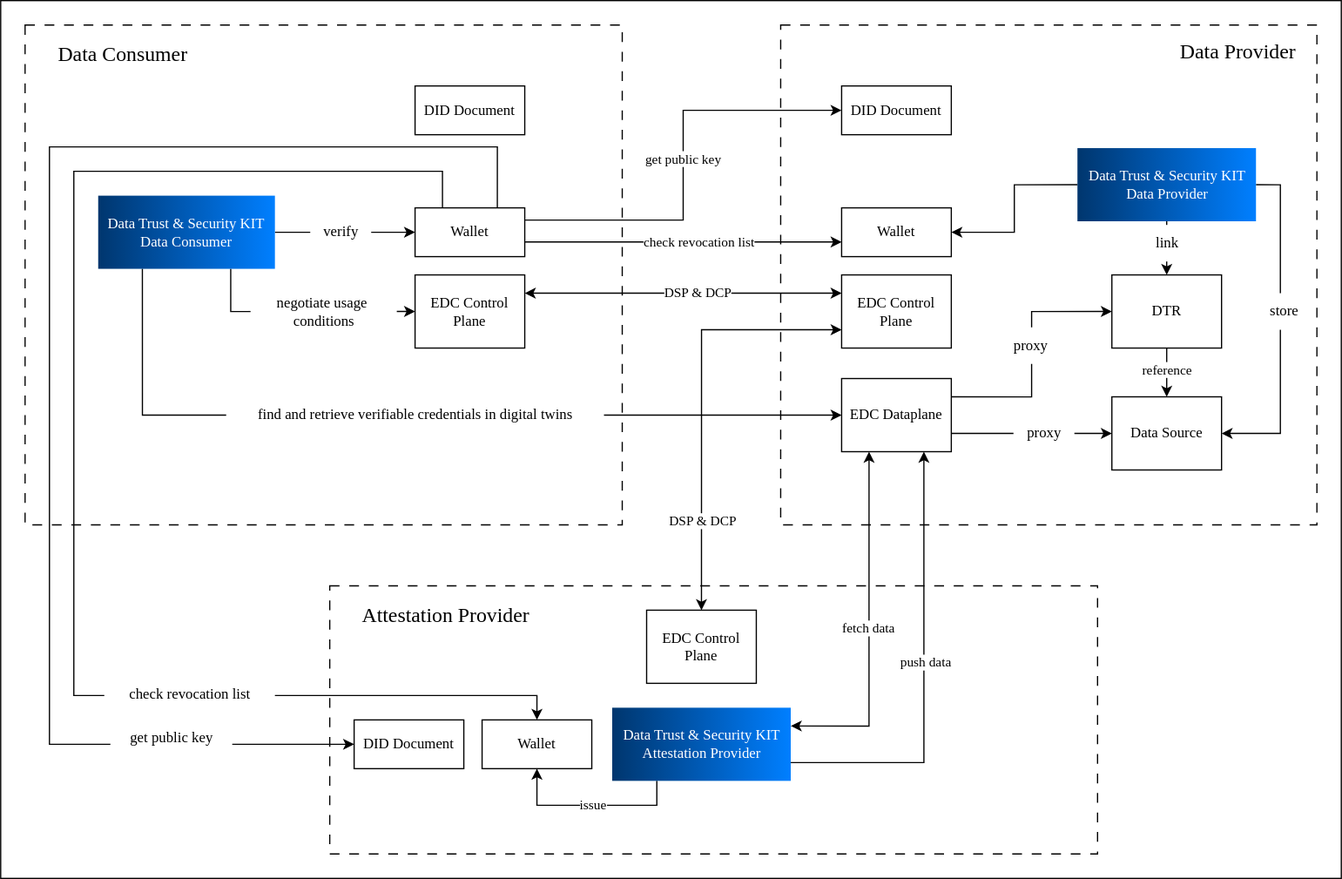
Above: docs-kits/kits/data-trust-and-security-kit/resources/DataTrust&SecurityKit-Architecture.drawio.svg in eclipse-tractusx/eclipse-tractusx.github.io (draw.io), before the change. Source tidied: cells renumbered, new cells last; positions are measured from the earlier drawing's top-left corner, leaving out a move shared by most shapes. Its diagram source:
```xml
<mxGraphModel>
  <root>
    <mxCell id="0" />
    <mxCell id="1" parent="0" />
    <mxCell id="2" style="rounded=0;whiteSpace=wrap;html=1;fontFamily=Manrope;" parent="1" vertex="1">
      <mxGeometry width="1100" height="720" as="geometry" />
    </mxCell>
    <mxCell id="3" style="rounded=0;whiteSpace=wrap;html=1;dashed=1;dashPattern=8 8;fontFamily=Manrope;" parent="1" vertex="1">
      <mxGeometry x="270" y="480" width="630" height="220" as="geometry" />
    </mxCell>
    <mxCell id="4" style="rounded=0;whiteSpace=wrap;html=1;dashed=1;dashPattern=8 8;fontFamily=Manrope;" parent="1" vertex="1">
      <mxGeometry x="640" y="20" width="440" height="410" as="geometry" />
    </mxCell>
    <mxCell id="5" style="rounded=0;whiteSpace=wrap;html=1;dashed=1;dashPattern=8 8;fontFamily=Manrope;" parent="1" vertex="1">
      <mxGeometry x="20" y="20" width="490" height="410" as="geometry" />
    </mxCell>
    <mxCell id="6" style="edgeStyle=orthogonalEdgeStyle;rounded=0;jettySize=auto;html=1;exitX=1;exitY=0.25;exitDx=0;exitDy=0;entryX=0;entryY=0.25;entryDx=0;entryDy=0;startArrow=classic;startFill=1;fontFamily=Manrope;" parent="1" edge="1" source="8" target="17">
      <mxGeometry relative="1" as="geometry" />
    </mxCell>
    <mxCell id="7" value="DSP &amp;amp; DCP" style="edgeLabel;html=1;align=center;verticalAlign=middle;fontFamily=Manrope;" parent="6" vertex="1">
      <mxGeometry x="0.09" y="-2" relative="1" as="geometry">
        <mxPoint y="-2" as="offset" />
      </mxGeometry>
    </mxCell>
    <mxCell id="8" value="EDC Control Plane" style="rounded=0;whiteSpace=wrap;html=1;fontFamily=Manrope;" parent="1" vertex="1">
      <mxGeometry x="340" y="225" width="90" height="60" as="geometry" />
    </mxCell>
    <mxCell id="9" value="DID Document" style="rounded=0;whiteSpace=wrap;html=1;fontFamily=Manrope;" parent="1" vertex="1">
      <mxGeometry x="340" y="70" width="90" height="40" as="geometry" />
    </mxCell>
    <mxCell id="10" style="edgeStyle=orthogonalEdgeStyle;rounded=0;jettySize=auto;html=1;exitX=1;exitY=0.25;exitDx=0;exitDy=0;entryX=0;entryY=0.5;entryDx=0;entryDy=0;fontFamily=Manrope;" parent="1" edge="1" source="16" target="18">
      <mxGeometry relative="1" as="geometry" />
    </mxCell>
    <mxCell id="11" value="get public key" style="edgeLabel;html=1;align=center;verticalAlign=middle;fontFamily=Manrope;" parent="10" vertex="1">
      <mxGeometry x="0.05" relative="1" as="geometry">
        <mxPoint y="3" as="offset" />
      </mxGeometry>
    </mxCell>
    <mxCell id="12" style="edgeStyle=orthogonalEdgeStyle;rounded=0;jettySize=auto;html=1;exitX=0.75;exitY=0;exitDx=0;exitDy=0;entryX=0;entryY=0.5;entryDx=0;entryDy=0;fontFamily=Manrope;" parent="1" edge="1" source="16" target="55">
      <mxGeometry relative="1" as="geometry">
        <Array as="points">
          <mxPoint x="408" y="120" />
          <mxPoint x="40" y="120" />
          <mxPoint x="40" y="610" />
        </Array>
      </mxGeometry>
    </mxCell>
    <mxCell id="13" style="edgeStyle=orthogonalEdgeStyle;rounded=0;jettySize=auto;html=1;exitX=0.25;exitY=0;exitDx=0;exitDy=0;fontFamily=Manrope;" parent="1" edge="1" source="16" target="54">
      <mxGeometry relative="1" as="geometry">
        <Array as="points">
          <mxPoint x="363" y="140" />
          <mxPoint x="60" y="140" />
          <mxPoint x="60" y="570" />
          <mxPoint x="440" y="570" />
        </Array>
      </mxGeometry>
    </mxCell>
    <mxCell id="14" style="edgeStyle=orthogonalEdgeStyle;rounded=0;orthogonalLoop=1;jettySize=auto;html=1;exitX=1;exitY=0.5;exitDx=0;exitDy=0;fontFamily=Manrope;" parent="1" edge="1">
      <mxGeometry relative="1" as="geometry">
        <mxPoint x="430" y="198" as="sourcePoint" />
        <mxPoint x="690" y="198" as="targetPoint" />
      </mxGeometry>
    </mxCell>
    <mxCell id="15" value="check revocation list" style="edgeLabel;html=1;align=center;verticalAlign=middle;fontFamily=Manrope;" parent="14" vertex="1">
      <mxGeometry x="-0.07" relative="1" as="geometry">
        <mxPoint x="22" as="offset" />
      </mxGeometry>
    </mxCell>
    <mxCell id="16" value="Wallet" style="rounded=0;whiteSpace=wrap;html=1;fontFamily=Manrope;" parent="1" vertex="1">
      <mxGeometry x="340" y="170" width="90" height="40" as="geometry" />
    </mxCell>
    <mxCell id="17" value="EDC Control Plane" style="rounded=0;whiteSpace=wrap;html=1;fontFamily=Manrope;" parent="1" vertex="1">
      <mxGeometry x="690" y="225" width="90" height="60" as="geometry" />
    </mxCell>
    <mxCell id="18" value="DID Document" style="rounded=0;whiteSpace=wrap;html=1;fontFamily=Manrope;" parent="1" vertex="1">
      <mxGeometry x="690" y="70" width="90" height="40" as="geometry" />
    </mxCell>
    <mxCell id="19" value="Wallet" style="rounded=0;whiteSpace=wrap;html=1;fontFamily=Manrope;" parent="1" vertex="1">
      <mxGeometry x="690" y="170" width="90" height="40" as="geometry" />
    </mxCell>
    <mxCell id="20" style="edgeStyle=orthogonalEdgeStyle;rounded=0;jettySize=auto;html=1;exitX=0.5;exitY=1;exitDx=0;exitDy=0;entryX=0.5;entryY=0;entryDx=0;entryDy=0;fontFamily=Manrope;" parent="1" edge="1" source="22" target="23">
      <mxGeometry relative="1" as="geometry" />
    </mxCell>
    <mxCell id="21" value="reference" style="edgeLabel;html=1;align=center;verticalAlign=middle;fontFamily=Manrope;" parent="20" vertex="1">
      <mxGeometry x="-0.1" relative="1" as="geometry">
        <mxPoint y="-1" as="offset" />
      </mxGeometry>
    </mxCell>
    <mxCell id="22" value="DTR" style="rounded=0;whiteSpace=wrap;html=1;fontFamily=Manrope;" parent="1" vertex="1">
      <mxGeometry x="911.8" y="225" width="90" height="60" as="geometry" />
    </mxCell>
    <mxCell id="23" value="Data Source" style="rounded=0;whiteSpace=wrap;html=1;fontFamily=Manrope;" parent="1" vertex="1">
      <mxGeometry x="911.8" y="325" width="90" height="60" as="geometry" />
    </mxCell>
    <mxCell id="24" style="edgeStyle=orthogonalEdgeStyle;rounded=0;jettySize=auto;html=1;exitX=0;exitY=0.5;exitDx=0;exitDy=0;entryX=1;entryY=0.5;entryDx=0;entryDy=0;fontFamily=Manrope;" parent="1" edge="1" source="27" target="19">
      <mxGeometry relative="1" as="geometry" />
    </mxCell>
    <mxCell id="25" style="edgeStyle=orthogonalEdgeStyle;rounded=0;jettySize=auto;html=1;exitX=0.5;exitY=1;exitDx=0;exitDy=0;entryX=0.5;entryY=0;entryDx=0;entryDy=0;fontFamily=Manrope;" parent="1" edge="1" source="27" target="22">
      <mxGeometry relative="1" as="geometry" />
    </mxCell>
    <mxCell id="26" style="edgeStyle=orthogonalEdgeStyle;rounded=0;jettySize=auto;html=1;exitX=1;exitY=0.5;exitDx=0;exitDy=0;entryX=1;entryY=0.5;entryDx=0;entryDy=0;fontFamily=Manrope;" parent="1" edge="1" source="27" target="23">
      <mxGeometry relative="1" as="geometry">
        <Array as="points">
          <mxPoint x="1050" y="151" />
          <mxPoint x="1050" y="355" />
        </Array>
      </mxGeometry>
    </mxCell>
    <mxCell id="27" value="&lt;font style=&quot;color: rgb(255, 255, 255);&quot;&gt;Data Trust &amp;amp; Security KIT&lt;/font&gt;&lt;div&gt;&lt;font style=&quot;color: rgb(255, 255, 255);&quot;&gt;Data Provider&lt;/font&gt;&lt;/div&gt;" style="rounded=0;whiteSpace=wrap;html=1;gradientColor=#00366E;fillColor=#007FFF;gradientDirection=west;fontFamily=Manrope;strokeColor=none;" parent="1" vertex="1">
      <mxGeometry x="883.5" y="121" width="146.5" height="60" as="geometry" />
    </mxCell>
    <mxCell id="28" value="link" style="text;html=1;align=center;verticalAlign=middle;strokeColor=none;fillColor=default;fontFamily=Manrope;" parent="1" vertex="1">
      <mxGeometry x="936.8" y="184" width="40" height="30" as="geometry" />
    </mxCell>
    <mxCell id="29" value="store" style="text;html=1;align=center;verticalAlign=middle;strokeColor=none;fillColor=default;fontFamily=Manrope;" parent="1" vertex="1">
      <mxGeometry x="1028" y="240" width="50" height="30" as="geometry" />
    </mxCell>
    <mxCell id="30" style="edgeStyle=orthogonalEdgeStyle;rounded=0;jettySize=auto;html=1;exitX=0.75;exitY=1;exitDx=0;exitDy=0;entryX=0;entryY=0.5;entryDx=0;entryDy=0;fontFamily=Manrope;" parent="1" edge="1" source="33" target="8">
      <mxGeometry relative="1" as="geometry" />
    </mxCell>
    <mxCell id="31" style="edgeStyle=orthogonalEdgeStyle;rounded=0;jettySize=auto;html=1;entryX=0;entryY=0.5;entryDx=0;entryDy=0;fontFamily=Manrope;" parent="1" edge="1" source="33" target="16">
      <mxGeometry relative="1" as="geometry" />
    </mxCell>
    <mxCell id="32" style="edgeStyle=orthogonalEdgeStyle;rounded=0;jettySize=auto;html=1;exitX=0.25;exitY=1;exitDx=0;exitDy=0;entryX=0;entryY=0.5;entryDx=0;entryDy=0;fontFamily=Manrope;" parent="1" edge="1" source="33" target="38">
      <mxGeometry relative="1" as="geometry" />
    </mxCell>
    <mxCell id="33" value="&lt;font style=&quot;color: rgb(255, 255, 255);&quot;&gt;Data Trust &amp;amp; Security KIT&lt;/font&gt;&lt;div&gt;&lt;font style=&quot;color: rgb(255, 255, 255);&quot;&gt;Data Consumer&lt;/font&gt;&lt;/div&gt;" style="rounded=0;whiteSpace=wrap;html=1;gradientColor=#00366E;fillColor=#007FFF;gradientDirection=west;fontFamily=Manrope;strokeColor=none;" parent="1" vertex="1">
      <mxGeometry x="80" y="160" width="145" height="60" as="geometry" />
    </mxCell>
    <mxCell id="34" value="verify" style="text;html=1;align=center;verticalAlign=middle;strokeColor=none;fillColor=default;fontFamily=Manrope;" parent="1" vertex="1">
      <mxGeometry x="254" y="175" width="50" height="30" as="geometry" />
    </mxCell>
    <mxCell id="35" value="find and retrieve verifiable credentials in digital twins" style="text;html=1;align=center;verticalAlign=middle;strokeColor=none;fillColor=default;fontFamily=Manrope;" parent="1" vertex="1">
      <mxGeometry x="185" y="325" width="310" height="30" as="geometry" />
    </mxCell>
    <mxCell id="36" style="edgeStyle=orthogonalEdgeStyle;rounded=0;jettySize=auto;html=1;exitX=1;exitY=0.75;exitDx=0;exitDy=0;fontFamily=Manrope;" parent="1" edge="1" source="38" target="23">
      <mxGeometry relative="1" as="geometry" />
    </mxCell>
    <mxCell id="37" style="edgeStyle=orthogonalEdgeStyle;rounded=0;jettySize=auto;html=1;exitX=1;exitY=0.25;exitDx=0;exitDy=0;entryX=0;entryY=0.5;entryDx=0;entryDy=0;fontFamily=Manrope;" parent="1" edge="1" source="38" target="22">
      <mxGeometry relative="1" as="geometry" />
    </mxCell>
    <mxCell id="38" value="EDC Dataplane" style="rounded=0;whiteSpace=wrap;html=1;fontFamily=Manrope;" parent="1" vertex="1">
      <mxGeometry x="690" y="310" width="90" height="60" as="geometry" />
    </mxCell>
    <mxCell id="39" value="proxy" style="text;html=1;align=center;verticalAlign=middle;strokeColor=none;fillColor=default;fontFamily=Manrope;" parent="1" vertex="1">
      <mxGeometry x="820" y="268" width="50" height="30" as="geometry" />
    </mxCell>
    <mxCell id="40" value="proxy" style="text;html=1;align=center;verticalAlign=middle;strokeColor=none;fillColor=default;fontFamily=Manrope;" parent="1" vertex="1">
      <mxGeometry x="831" y="340" width="50" height="30" as="geometry" />
    </mxCell>
    <mxCell id="41" value="negotiate usage&amp;nbsp;&lt;div&gt;conditions&lt;/div&gt;" style="text;html=1;align=center;verticalAlign=middle;strokeColor=none;fillColor=default;fontFamily=Manrope;" parent="1" vertex="1">
      <mxGeometry x="205" y="235" width="120" height="40" as="geometry" />
    </mxCell>
    <mxCell id="42" value="&lt;font style=&quot;font-size: 17px;&quot;&gt;Data Provider&lt;/font&gt;" style="text;html=1;align=center;verticalAlign=middle;strokeColor=none;fillColor=none;fontFamily=Manrope;" parent="1" vertex="1">
      <mxGeometry x="950" y="28" width="130" height="30" as="geometry" />
    </mxCell>
    <mxCell id="43" value="&lt;font style=&quot;font-size: 17px;&quot;&gt;Data Consumer&lt;/font&gt;" style="text;html=1;align=center;verticalAlign=middle;strokeColor=none;fillColor=none;fontFamily=Manrope;" parent="1" vertex="1">
      <mxGeometry x="25" y="30" width="150" height="30" as="geometry" />
    </mxCell>
    <mxCell id="44" value="&lt;font style=&quot;font-size: 17px;&quot;&gt;Attestation Provider&lt;/font&gt;" style="text;html=1;align=center;verticalAlign=middle;strokeColor=none;fillColor=none;fontFamily=Manrope;" parent="1" vertex="1">
      <mxGeometry x="275" y="490" width="180" height="30" as="geometry" />
    </mxCell>
    <mxCell id="45" value="fetch data" style="edgeStyle=orthogonalEdgeStyle;rounded=0;jettySize=auto;html=1;exitX=1;exitY=0.25;exitDx=0;exitDy=0;entryX=0.25;entryY=1;entryDx=0;entryDy=0;startArrow=classic;startFill=1;fontFamily=Manrope;" parent="1" edge="1" source="50" target="38">
      <mxGeometry relative="1" as="geometry" />
    </mxCell>
    <mxCell id="46" style="edgeStyle=orthogonalEdgeStyle;rounded=0;jettySize=auto;html=1;exitX=0.25;exitY=1;exitDx=0;exitDy=0;entryX=0.5;entryY=1;entryDx=0;entryDy=0;fontFamily=Manrope;" parent="1" edge="1" source="50" target="54">
      <mxGeometry relative="1" as="geometry" />
    </mxCell>
    <mxCell id="47" value="issue" style="edgeLabel;html=1;align=center;verticalAlign=middle;fontFamily=Manrope;" parent="46" vertex="1">
      <mxGeometry x="0.09" relative="1" as="geometry">
        <mxPoint x="8" as="offset" />
      </mxGeometry>
    </mxCell>
    <mxCell id="48" style="edgeStyle=orthogonalEdgeStyle;rounded=0;jettySize=auto;html=1;exitX=1;exitY=0.75;exitDx=0;exitDy=0;entryX=0.75;entryY=1;entryDx=0;entryDy=0;fontFamily=Manrope;" parent="1" edge="1" source="50" target="38">
      <mxGeometry relative="1" as="geometry" />
    </mxCell>
    <mxCell id="49" value="push data" style="edgeLabel;html=1;align=center;verticalAlign=middle;fontFamily=Manrope;" parent="48" vertex="1">
      <mxGeometry x="0.05" relative="1" as="geometry">
        <mxPoint x="1" as="offset" />
      </mxGeometry>
    </mxCell>
    <mxCell id="50" value="&lt;font style=&quot;color: rgb(255, 255, 255);&quot;&gt;Data Trust &amp;amp; Security KIT&lt;/font&gt;&lt;div&gt;&lt;font style=&quot;color: rgb(255, 255, 255);&quot;&gt;Attestation Provider&lt;/font&gt;&lt;/div&gt;" style="rounded=0;whiteSpace=wrap;html=1;gradientColor=#00366E;fillColor=#007FFF;gradientDirection=west;fontFamily=Manrope;strokeColor=none;" parent="1" vertex="1">
      <mxGeometry x="501.8" y="580" width="146.5" height="60" as="geometry" />
    </mxCell>
    <mxCell id="51" style="edgeStyle=orthogonalEdgeStyle;rounded=0;jettySize=auto;html=1;entryX=0;entryY=0.75;entryDx=0;entryDy=0;exitX=0.5;exitY=0;exitDx=0;exitDy=0;startArrow=classic;startFill=1;fontFamily=Manrope;" parent="1" edge="1" source="53" target="17">
      <mxGeometry relative="1" as="geometry" />
    </mxCell>
    <mxCell id="52" value="DSP &amp;amp; DCP" style="edgeLabel;html=1;align=center;verticalAlign=middle;fontFamily=Manrope;" parent="51" vertex="1">
      <mxGeometry x="-0.58" y="-1" relative="1" as="geometry" />
    </mxCell>
    <mxCell id="53" value="EDC Control Plane" style="rounded=0;whiteSpace=wrap;html=1;fontFamily=Manrope;" parent="1" vertex="1">
      <mxGeometry x="530" y="500" width="90" height="60" as="geometry" />
    </mxCell>
    <mxCell id="54" value="Wallet" style="rounded=0;whiteSpace=wrap;html=1;fontFamily=Manrope;" parent="1" vertex="1">
      <mxGeometry x="395" y="590" width="90" height="40" as="geometry" />
    </mxCell>
    <mxCell id="55" value="DID Document" style="rounded=0;whiteSpace=wrap;html=1;fontFamily=Manrope;" parent="1" vertex="1">
      <mxGeometry x="290" y="590" width="90" height="40" as="geometry" />
    </mxCell>
    <mxCell id="56" value="get public key" style="text;html=1;align=center;verticalAlign=middle;strokeColor=none;fillColor=default;fontFamily=Manrope;" parent="1" vertex="1">
      <mxGeometry x="90" y="590" width="100" height="30" as="geometry" />
    </mxCell>
    <mxCell id="57" value="check revocation list" style="text;html=1;align=center;verticalAlign=middle;strokeColor=none;fillColor=default;fontFamily=Manrope;" parent="1" vertex="1">
      <mxGeometry x="85" y="554" width="140" height="30" as="geometry" />
    </mxCell>
  </root>
</mxGraphModel>
```
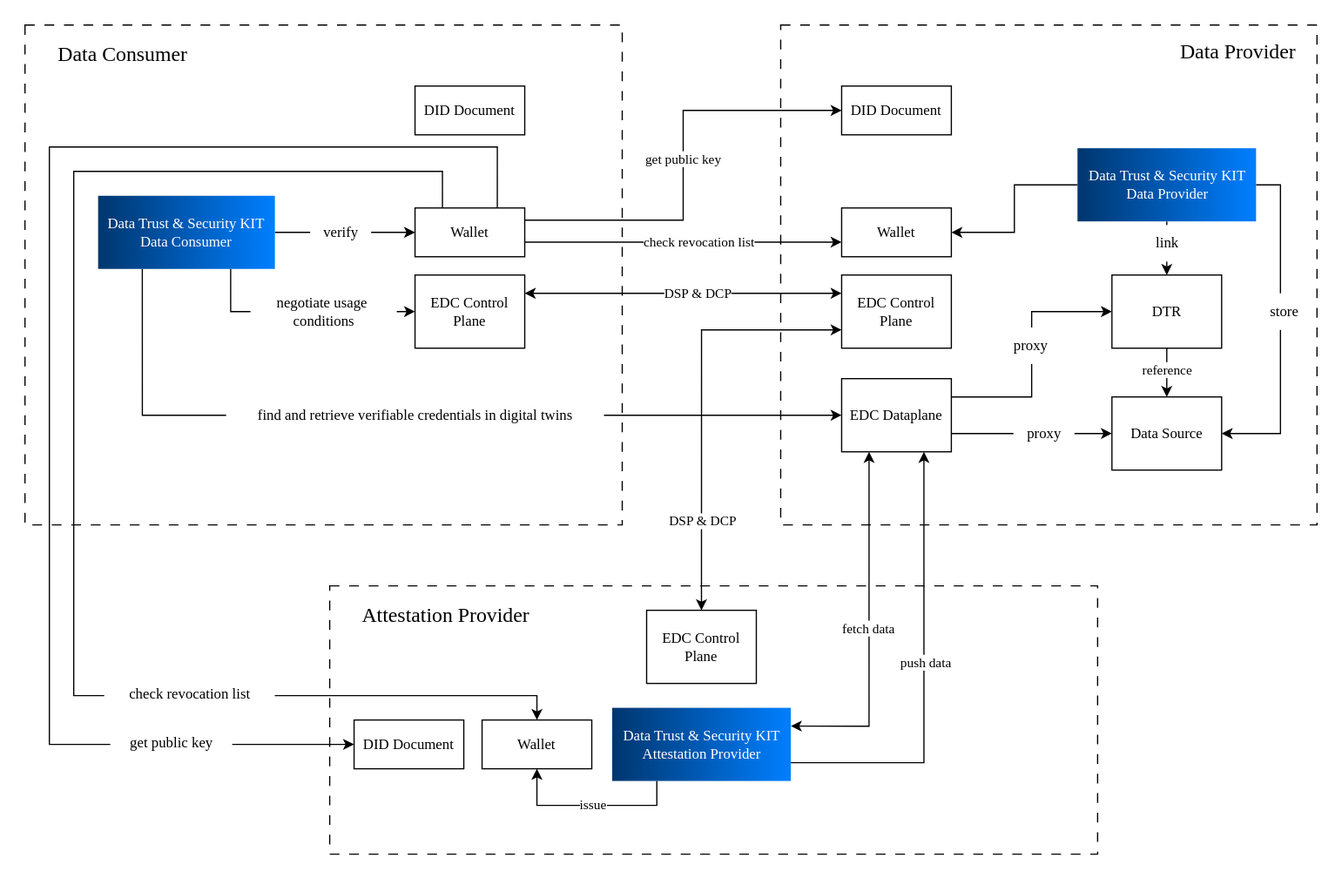
After the change.

Commit message:
chore: added architecture diagram

Change to the diagram source:
```diff
@@ -2,7 +2,7 @@
   <root>
     <mxCell id="0" />
     <mxCell id="1" parent="0" />
-    <mxCell id="2" style="rounded=0;whiteSpace=wrap;html=1;fontFamily=Manrope;" parent="1" vertex="1">
+    <mxCell id="2" style="rounded=0;whiteSpace=wrap;html=1;fontFamily=Manrope;strokeColor=none;" parent="1" vertex="1">
       <mxGeometry width="1100" height="720" as="geometry" />
     </mxCell>
     <mxCell id="3" style="rounded=0;whiteSpace=wrap;html=1;dashed=1;dashPattern=8 8;fontFamily=Manrope;" parent="1" vertex="1">
@@ -198,7 +198,7 @@
       <mxGeometry x="290" y="590" width="90" height="40" as="geometry" />
     </mxCell>
     <mxCell id="56" value="get public key" style="text;html=1;align=center;verticalAlign=middle;strokeColor=none;fillColor=default;fontFamily=Manrope;" parent="1" vertex="1">
-      <mxGeometry x="90" y="590" width="100" height="30" as="geometry" />
+      <mxGeometry x="90" y="594" width="100" height="30" as="geometry" />
     </mxCell>
     <mxCell id="57" value="check revocation list" style="text;html=1;align=center;verticalAlign=middle;strokeColor=none;fillColor=default;fontFamily=Manrope;" parent="1" vertex="1">
       <mxGeometry x="85" y="554" width="140" height="30" as="geometry" />
```
